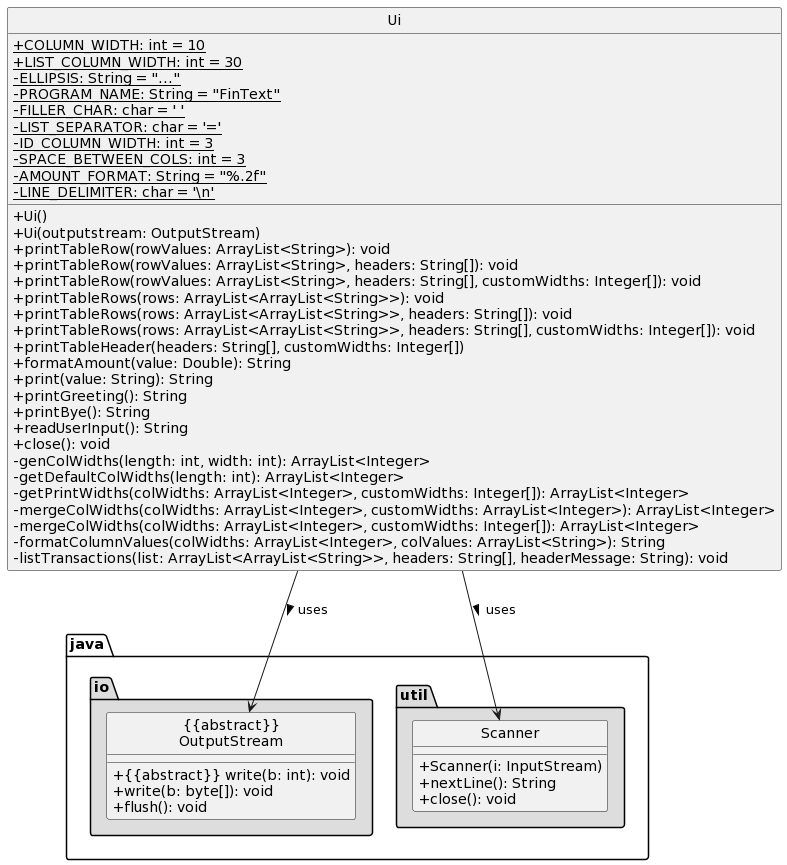
Earlier version of the PlantUML export docs/images/ui-class-diagram.png (sRanay/tp). The source it was exported from:
```plantuml
@startuml
hide circle
skinparam classAttributeIconSize 0

class Ui {

    {static} + COLUMN_WIDTH: int = 10
    {static} + LIST_COLUMN_WIDTH: int = 30
    {static} - ELLIPSIS: String = "..."
    {static} - PROGRAM_NAME: String = "FinText"
    {static} - FILLER_CHAR: char = ' '
    {static} - LIST_SEPARATOR: char = '='
    {static} - ID_COLUMN_WIDTH: int = 3
    {static} - SPACE_BETWEEN_COLS: int = 3
    {static} - AMOUNT_FORMAT: String = "%.2f"
    {static} - LINE_DELIMITER: char = '\\n'

    + Ui()
    + Ui(outputstream: OutputStream)
    + printTableRow(rowValues: ArrayList<String>): void
    + printTableRow(rowValues: ArrayList<String>, headers: String[]): void
    + printTableRow(rowValues: ArrayList<String>, headers: String[], customWidths: Integer[]): void
    + printTableRows(rows: ArrayList<ArrayList<String>>): void
    + printTableRows(rows: ArrayList<ArrayList<String>>, headers: String[]): void
    + printTableRows(rows: ArrayList<ArrayList<String>>, headers: String[], customWidths: Integer[]): void
    + printTableHeader(headers: String[], customWidths: Integer[])
    + formatAmount(value: Double): String
    + print(value: String): String
    + printGreeting(): String
    + printBye(): String
    + readUserInput(): String
    + close(): void
    - genColWidths(length: int, width: int): ArrayList<Integer>
    - getDefaultColWidths(length: int): ArrayList<Integer>
    - getPrintWidths(colWidths: ArrayList<Integer>, customWidths: Integer[]): ArrayList<Integer>
    - mergeColWidths(colWidths: ArrayList<Integer>, customWidths: ArrayList<Integer>): ArrayList<Integer>
    - mergeColWidths(colWidths: ArrayList<Integer>, customWidths: Integer[]): ArrayList<Integer>
    - formatColumnValues(colWidths: ArrayList<Integer>, colValues: ArrayList<String>): String
    - listTransactions(list: ArrayList<ArrayList<String>>, headers: String[], headerMessage: String): void
}

package "java.io" #DDDDDD {
    class "{{abstract}}\nOutputStream" {
        + <U+007B><U+007B>abstract<U+007D><U+007D> write(b: int): void
        + write(b: byte[]): void
        + flush(): void
    }
}


package "java.util" #DDDDDD {
    class Scanner {
        + Scanner(i: InputStream)
        + nextLine(): String
        + close(): void
    }
}

Ui --> "{{abstract}}\nOutputStream" :> uses
Ui --> Scanner :> uses
@enduml
```
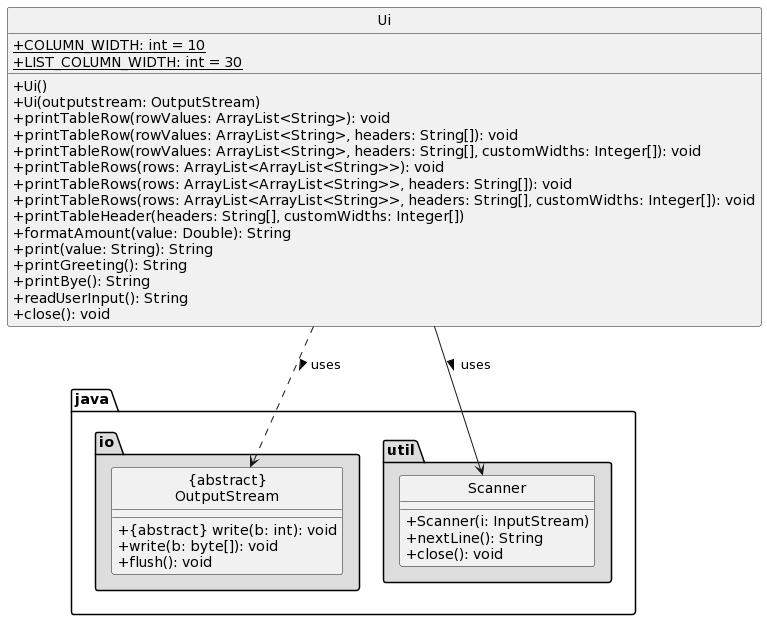
The same diagram one commit later.

What changed in the source:
```diff
@@ -3,17 +3,8 @@
 skinparam classAttributeIconSize 0
 
 class Ui {
-
     {static} + COLUMN_WIDTH: int = 10
     {static} + LIST_COLUMN_WIDTH: int = 30
-    {static} - ELLIPSIS: String = "..."
-    {static} - PROGRAM_NAME: String = "FinText"
-    {static} - FILLER_CHAR: char = ' '
-    {static} - LIST_SEPARATOR: char = '='
-    {static} - ID_COLUMN_WIDTH: int = 3
-    {static} - SPACE_BETWEEN_COLS: int = 3
-    {static} - AMOUNT_FORMAT: String = "%.2f"
-    {static} - LINE_DELIMITER: char = '\\n'
 
     + Ui()
     + Ui(outputstream: OutputStream)
@@ -30,18 +21,11 @@
     + printBye(): String
     + readUserInput(): String
     + close(): void
-    - genColWidths(length: int, width: int): ArrayList<Integer>
-    - getDefaultColWidths(length: int): ArrayList<Integer>
-    - getPrintWidths(colWidths: ArrayList<Integer>, customWidths: Integer[]): ArrayList<Integer>
-    - mergeColWidths(colWidths: ArrayList<Integer>, customWidths: ArrayList<Integer>): ArrayList<Integer>
-    - mergeColWidths(colWidths: ArrayList<Integer>, customWidths: Integer[]): ArrayList<Integer>
-    - formatColumnValues(colWidths: ArrayList<Integer>, colValues: ArrayList<String>): String
-    - listTransactions(list: ArrayList<ArrayList<String>>, headers: String[], headerMessage: String): void
 }
 
 package "java.io" #DDDDDD {
-    class "{{abstract}}\nOutputStream" {
-        + <U+007B><U+007B>abstract<U+007D><U+007D> write(b: int): void
+    class "{abstract}\nOutputStream" {
+        + <U+007B>abstract<U+007D> write(b: int): void
         + write(b: byte[]): void
         + flush(): void
     }
@@ -56,6 +40,6 @@
     }
 }
 
-Ui --> "{{abstract}}\nOutputStream" :> uses
+Ui -[dashed]-> "{abstract}\nOutputStream" :> uses
 Ui --> Scanner :> uses
 @enduml
```
